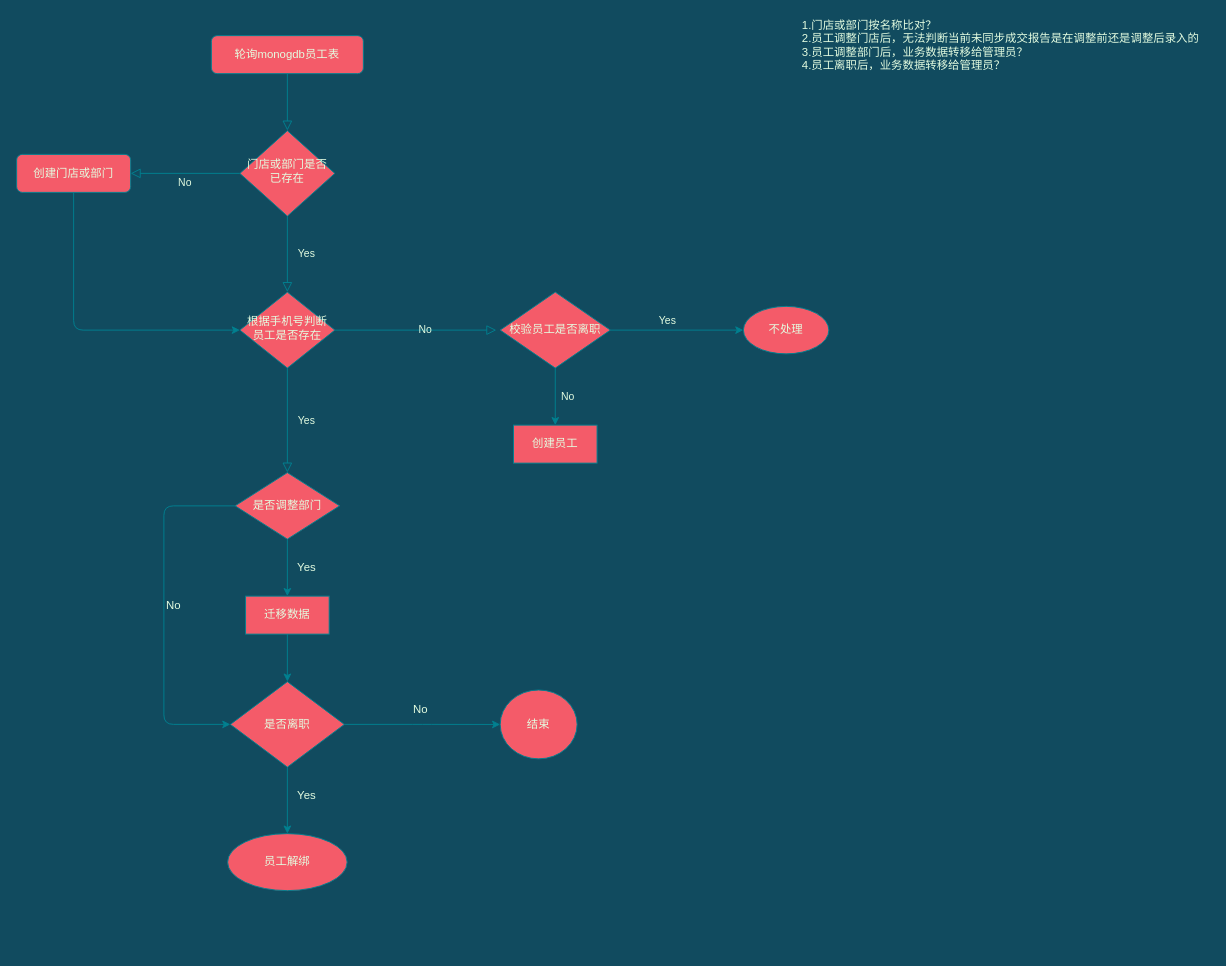
Earlier version of the draw.io diagram 闪租-鼎尖数据同步流程.drawio (wangqi-jeffrey/mind-map). Source tidied: cells renumbered, new cells numbered last; positions are measured from the earlier drawing's top-left corner, leaving out a move shared by most shapes. Both pictures are drawn from the tidied source at 95%, with x=0, y=0 at pixel (16, 16).
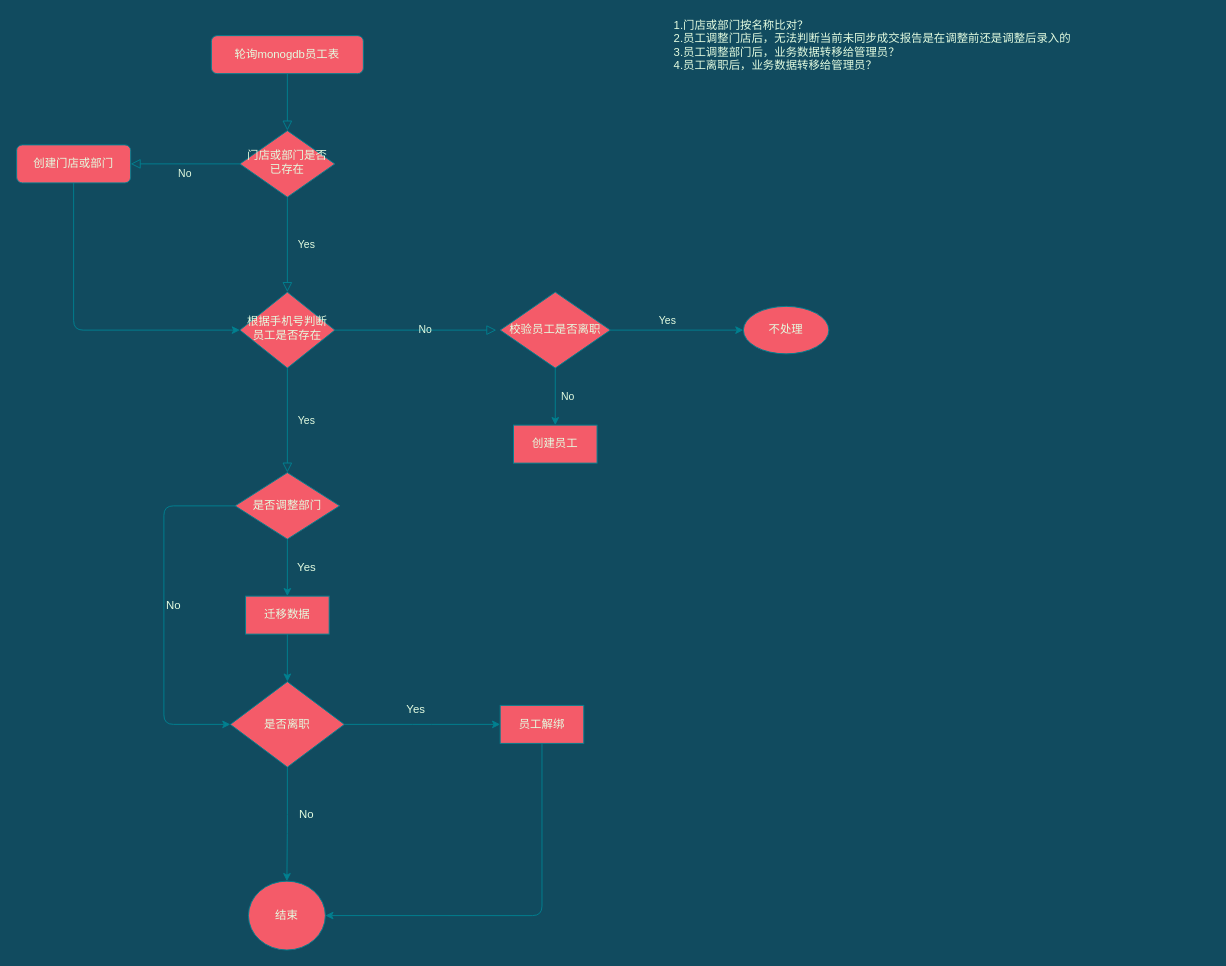
The same page after the edit.

Commit message (it also covers changes not shown here):
Update 闪租-鼎尖数据同步流程.drawio

Unchanged cells that the change refers to:
```xml
<mxCell id="26" value="是否离职" style="rhombus;whiteSpace=wrap;html=1;rounded=0;shadow=0;fontColor=#E4FDE1;strokeColor=#028090;fillColor=#F45B69;sketch=0;" parent="1" vertex="1">
  <mxGeometry x="225" y="700" width="120" height="90" as="geometry" />
</mxCell>
```

Change to the diagram source:
```diff
@@
     <mxCell id="6" value="门店或部门是否已存在" style="rhombus;whiteSpace=wrap;html=1;shadow=0;fontFamily=Helvetica;fontSize=12;align=center;strokeWidth=1;spacing=6;spacingTop=-4;fillColor=#F45B69;strokeColor=#028090;fontColor=#E4FDE1;" parent="1" vertex="1">
-      <mxGeometry x="235" y="120" width="100" height="90" as="geometry" />
+      <mxGeometry x="235" y="120" width="100" height="70" as="geometry" />
     </mxCell>
@@
     <mxCell id="8" value="创建门店或部门" style="rounded=1;whiteSpace=wrap;html=1;fontSize=12;glass=0;strokeWidth=1;shadow=0;fillColor=#F45B69;strokeColor=#028090;fontColor=#E4FDE1;" parent="1" vertex="1">
-      <mxGeometry y="145" width="120" height="40" as="geometry" />
+      <mxGeometry y="135" width="120" height="40" as="geometry" />
     </mxCell>
@@
     <mxCell id="12" value="&lt;div&gt;1.门店或部门按名称比对？&lt;/div&gt;&lt;div&gt;2.员工调整门店后，无法判断当前未同步成交报告是在调整前还是调整后录入的&lt;/div&gt;&lt;div&gt;3.员工调整部门后，业务数据转移给管理员？&lt;/div&gt;&lt;div&gt;4.员工离职后，业务数据转移给管理员？&lt;/div&gt;" style="text;html=1;align=left;verticalAlign=middle;fontColor=#E4FDE1;" parent="1" vertex="1">
-      <mxGeometry x="825" width="430" height="60" as="geometry" />
+      <mxGeometry x="690" width="430" height="60" as="geometry" />
     </mxCell>
@@
-    <mxCell id="24" style="edgeStyle=orthogonalEdgeStyle;curved=0;rounded=1;sketch=0;jettySize=auto;html=1;strokeColor=#028090;fillColor=#F45B69;fontColor=#E4FDE1;" parent="1" edge="1" source="26" target="27">
-      <mxGeometry relative="1" as="geometry" />
+    <mxCell id="24" style="edgeStyle=orthogonalEdgeStyle;curved=0;rounded=1;sketch=0;jettySize=auto;html=1;strokeColor=#028090;fillColor=#F45B69;fontColor=#E4FDE1;" parent="1" edge="1" source="26">
+      <mxGeometry relative="1" as="geometry">
+        <mxPoint x="509" y="745" as="targetPoint" />
+      </mxGeometry>
     </mxCell>
@@
-    <mxCell id="27" value="&lt;span&gt;员工解绑&lt;/span&gt;" style="ellipse;whiteSpace=wrap;html=1;rounded=0;shadow=0;fontColor=#E4FDE1;strokeColor=#028090;fillColor=#F45B69;sketch=0;" parent="1" vertex="1">
-      <mxGeometry x="222.1" y="860" width="125.8" height="60" as="geometry" />
-    </mxCell>
     <mxCell id="28" value="Yes" style="text;html=1;align=center;verticalAlign=middle;fontColor=#E4FDE1;" parent="1" vertex="1">
-      <mxGeometry x="285" y="810" width="40" height="20" as="geometry" />
+      <mxGeometry x="400" y="720" width="40" height="20" as="geometry" />
     </mxCell>
     <mxCell id="29" value="结束" style="ellipse;whiteSpace=wrap;html=1;rounded=0;shadow=0;fontColor=#E4FDE1;strokeColor=#028090;fillColor=#F45B69;sketch=0;" parent="1" vertex="1">
-      <mxGeometry x="509" y="708.8" width="81" height="72.5" as="geometry" />
+      <mxGeometry x="244" y="910" width="81" height="72.5" as="geometry" />
     </mxCell>
     <mxCell id="30" value="No" style="text;html=1;align=center;verticalAlign=middle;fontColor=#E4FDE1;" parent="1" vertex="1">
-      <mxGeometry x="410" y="720" width="30" height="20" as="geometry" />
+      <mxGeometry x="290" y="830" width="30" height="20" as="geometry" />
     </mxCell>
@@
+    <mxCell id="34" style="edgeStyle=orthogonalEdgeStyle;curved=0;rounded=1;sketch=0;jettySize=auto;html=1;entryX=1;entryY=0.5;entryDx=0;entryDy=0;strokeColor=#028090;fillColor=#F45B69;fontColor=#E4FDE1;" parent="1" edge="1" source="27" target="29">
+      <mxGeometry relative="1" as="geometry">
+        <Array as="points">
+          <mxPoint x="553" y="946" />
+        </Array>
+      </mxGeometry>
+    </mxCell>
+    <mxCell id="27" value="员工解绑" style="whiteSpace=wrap;html=1;rounded=0;shadow=0;fontColor=#E4FDE1;strokeColor=#028090;fillColor=#F45B69;sketch=0;" parent="1" vertex="1">
+      <mxGeometry x="509" y="725" width="88" height="40" as="geometry" />
+    </mxCell>
```
